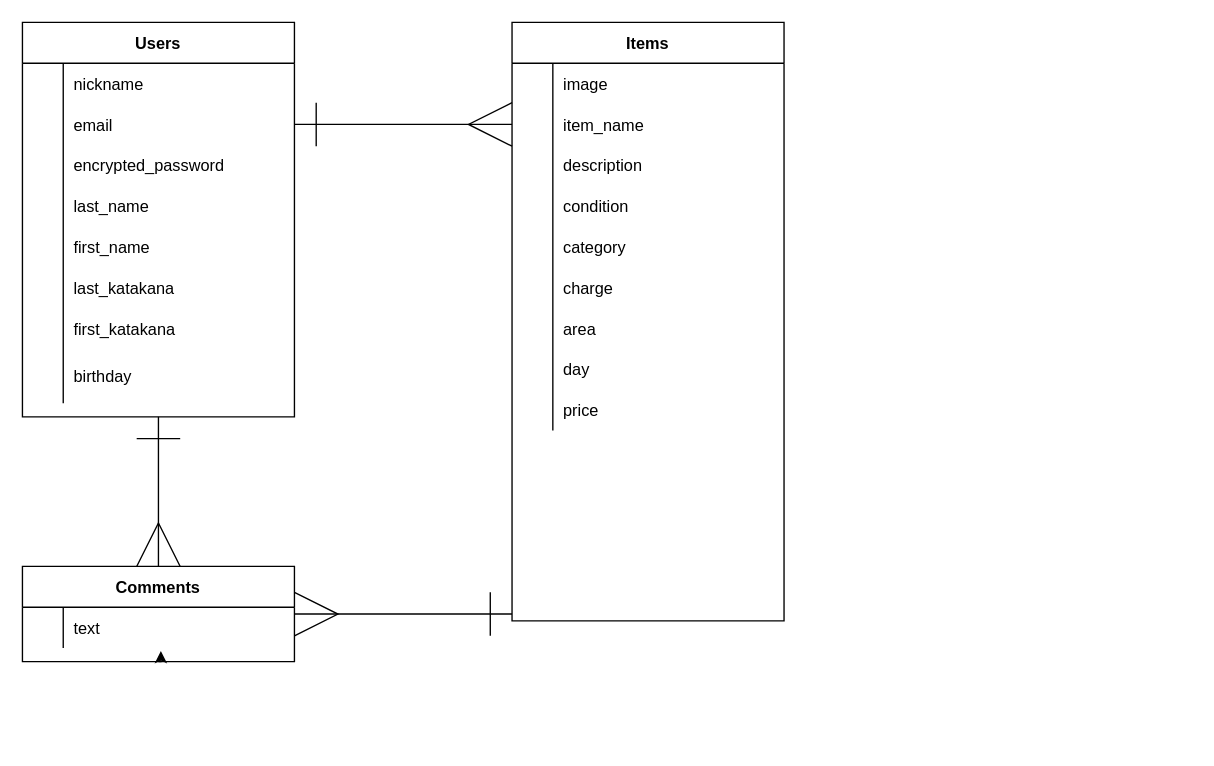
KUMA-06/furima-36109 keeps this draw.io diagram as furima.dio. Above is the earlier version. Source tidied: cells renumbered, new cells numbered last; positions are measured from the earlier drawing's top-left corner, leaving out a move shared by most shapes. Both pictures are drawn from the tidied source at 136%, with x=0, y=0 at pixel (22, 22).
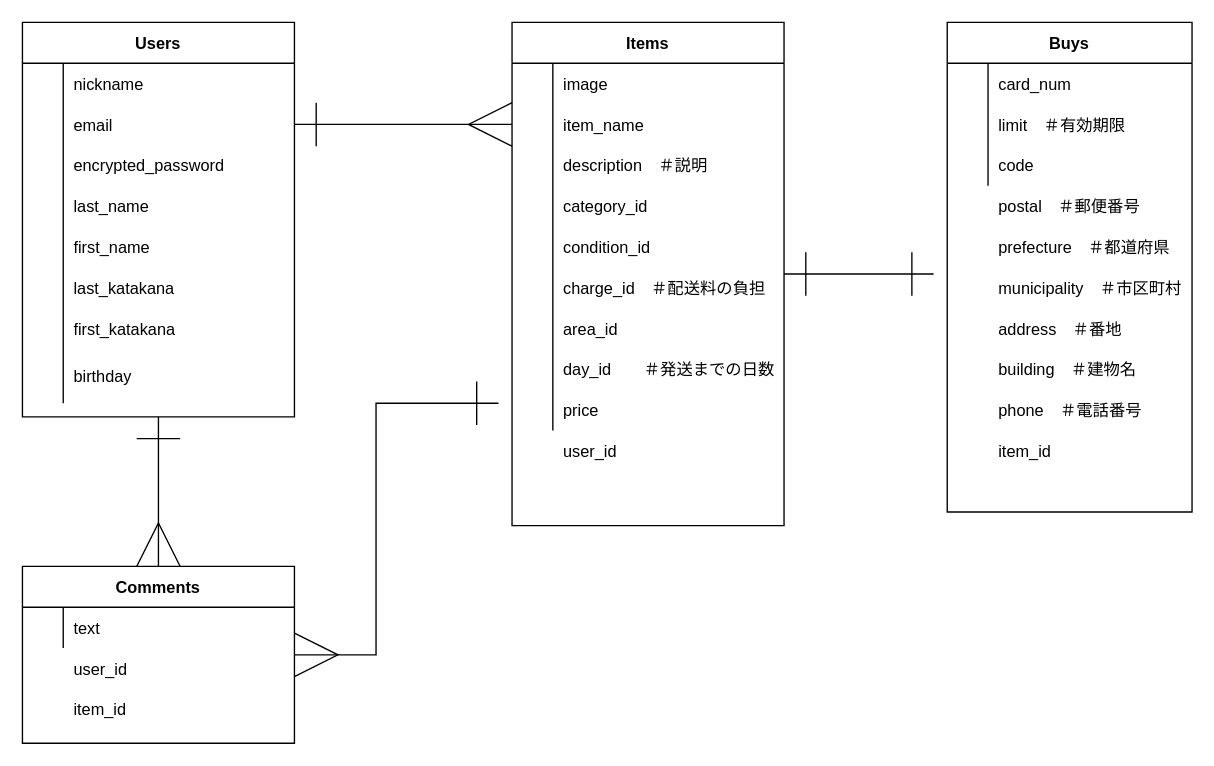
The same page after the edit.

Unchanged cells that the change refers to:
```xml
<mxCell id="35" style="shape=partialRectangle;fillColor=none;top=0;left=0;bottom=0;right=0;" parent="28" vertex="1">
  <mxGeometry y="90" width="200" height="30" as="geometry" />
</mxCell>
<mxCell id="44" style="shape=partialRectangle;fillColor=none;top=0;left=0;bottom=0;right=0;" parent="28" vertex="1">
  <mxGeometry y="180" width="200" height="30" as="geometry" />
</mxCell>
<mxCell id="47" style="shape=partialRectangle;fillColor=none;top=0;left=0;bottom=0;right=0;" parent="28" vertex="1">
  <mxGeometry y="210" width="200" height="30" as="geometry" />
</mxCell>
<mxCell id="50" style="shape=partialRectangle;fillColor=none;top=0;left=0;bottom=0;right=0;" parent="28" vertex="1">
  <mxGeometry y="240" width="200" height="30" as="geometry" />
</mxCell>
<mxCell id="58" style="shape=partialRectangle;fillColor=none;top=0;left=0;bottom=0;right=0;points=[[0,0.5],[1,0.5]];portConstraint=eastwest;" parent="57" vertex="1">
  <mxGeometry y="30" width="200" height="30" as="geometry" />
</mxCell>
```

Diff of the diagram source:
```diff
@@
+    <mxCell id="63" style="edgeStyle=orthogonalEdgeStyle;rounded=0;jettySize=auto;html=1;endSize=30;startSize=30;startArrow=ERone;startFill=0;endArrow=ERone;endFill=0;" parent="1" edge="1" source="28">
+      <mxGeometry relative="1" as="geometry">
+        <mxPoint x="670" y="185" as="targetPoint" />
+      </mxGeometry>
+    </mxCell>
     <mxCell id="28" value="Items" style="shape=table;startSize=30;childLayout=tableLayout;rowLines=0;fontStyle=1;align=center;" parent="1" vertex="1">
-      <mxGeometry x="360" width="200" height="440" as="geometry" />
+      <mxGeometry x="360" width="200" height="370" as="geometry" />
     </mxCell>
@@
-    <mxCell id="37" value="description" style="shape=partialRectangle;fillColor=none;top=0;left=0;bottom=0;right=0;align=left;spacingLeft=6;overflow=hidden;" parent="35" vertex="1">
+    <mxCell id="37" value="description　＃説明" style="shape=partialRectangle;fillColor=none;top=0;left=0;bottom=0;right=0;align=left;spacingLeft=6;overflow=hidden;" parent="35" vertex="1">
       <mxGeometry x="30" width="170" height="30" as="geometry" />
     </mxCell>
+    <mxCell id="41" style="shape=partialRectangle;fillColor=none;top=0;left=0;bottom=0;right=0;" parent="28" vertex="1">
+      <mxGeometry y="120" width="200" height="30" as="geometry" />
+    </mxCell>
+    <mxCell id="42" style="shape=partialRectangle;fillColor=none;top=0;left=0;bottom=0;right=0;overflow=hidden;" parent="41" vertex="1">
+      <mxGeometry width="30" height="30" as="geometry" />
+    </mxCell>
+    <mxCell id="43" value="category_id" style="shape=partialRectangle;fillColor=none;top=0;left=0;bottom=0;right=0;align=left;spacingLeft=6;overflow=hidden;" parent="41" vertex="1">
+      <mxGeometry x="30" width="170" height="30" as="geometry" />
+    </mxCell>
     <mxCell id="38" style="shape=partialRectangle;fillColor=none;top=0;left=0;bottom=0;right=0;" parent="28" vertex="1">
-      <mxGeometry y="120" width="200" height="30" as="geometry" />
+      <mxGeometry y="150" width="200" height="30" as="geometry" />
     </mxCell>
@@
-    <mxCell id="40" value="condition" style="shape=partialRectangle;fillColor=none;top=0;left=0;bottom=0;right=0;align=left;spacingLeft=6;overflow=hidden;" parent="38" vertex="1">
+    <mxCell id="40" value="condition_id" style="shape=partialRectangle;fillColor=none;top=0;left=0;bottom=0;right=0;align=left;spacingLeft=6;overflow=hidden;" parent="38" vertex="1">
       <mxGeometry x="30" width="170" height="30" as="geometry" />
     </mxCell>
-    <mxCell id="41" style="shape=partialRectangle;fillColor=none;top=0;left=0;bottom=0;right=0;" parent="28" vertex="1">
-      <mxGeometry y="150" width="200" height="30" as="geometry" />
-    </mxCell>
-    <mxCell id="42" style="shape=partialRectangle;fillColor=none;top=0;left=0;bottom=0;right=0;overflow=hidden;" parent="41" vertex="1">
-      <mxGeometry width="30" height="30" as="geometry" />
-    </mxCell>
-    <mxCell id="43" value="category" style="shape=partialRectangle;fillColor=none;top=0;left=0;bottom=0;right=0;align=left;spacingLeft=6;overflow=hidden;" parent="41" vertex="1">
-      <mxGeometry x="30" width="170" height="30" as="geometry" />
-    </mxCell>
@@
-    <mxCell id="46" value="charge" style="shape=partialRectangle;fillColor=none;top=0;left=0;bottom=0;right=0;align=left;spacingLeft=6;overflow=hidden;" parent="44" vertex="1">
+    <mxCell id="46" value="charge_id　＃配送料の負担" style="shape=partialRectangle;fillColor=none;top=0;left=0;bottom=0;right=0;align=left;spacingLeft=6;overflow=hidden;" parent="44" vertex="1">
       <mxGeometry x="30" width="170" height="30" as="geometry" />
     </mxCell>
@@
-    <mxCell id="49" value="area" style="shape=partialRectangle;fillColor=none;top=0;left=0;bottom=0;right=0;align=left;spacingLeft=6;overflow=hidden;" parent="47" vertex="1">
+    <mxCell id="49" value="area_id" style="shape=partialRectangle;fillColor=none;top=0;left=0;bottom=0;right=0;align=left;spacingLeft=6;overflow=hidden;" parent="47" vertex="1">
       <mxGeometry x="30" width="170" height="30" as="geometry" />
     </mxCell>
@@
-    <mxCell id="52" value="day" style="shape=partialRectangle;fillColor=none;top=0;left=0;bottom=0;right=0;align=left;spacingLeft=6;overflow=hidden;" parent="50" vertex="1">
+    <mxCell id="52" value="day_id　　＃発送までの日数" style="shape=partialRectangle;fillColor=none;top=0;left=0;bottom=0;right=0;align=left;spacingLeft=6;overflow=hidden;" parent="50" vertex="1">
       <mxGeometry x="30" width="170" height="30" as="geometry" />
     </mxCell>
@@
     <mxCell id="56" style="edgeStyle=orthogonalEdgeStyle;rounded=0;jettySize=auto;html=1;startArrow=ERmany;startFill=0;endArrow=ERone;endFill=0;startSize=30;endSize=30;sourcePerimeterSpacing=0;" parent="1" edge="1" source="57">
       <mxGeometry relative="1" as="geometry">
-        <mxPoint x="360" y="435" as="targetPoint" />
+        <mxPoint x="350" y="280" as="targetPoint" />
+        <Array as="points">
+          <mxPoint x="260" y="465" />
+          <mxPoint x="260" y="280" />
+        </Array>
       </mxGeometry>
     </mxCell>
     <mxCell id="57" value="Comments" style="shape=table;startSize=30;childLayout=tableLayout;rowLines=0;fontStyle=1;align=center;" parent="1" vertex="1">
-      <mxGeometry y="400" width="200" height="70" as="geometry" />
+      <mxGeometry y="400" width="200" height="130" as="geometry" />
     </mxCell>
@@
-    <mxCell id="61" style="edgeStyle=orthogonalEdgeStyle;rounded=0;jettySize=auto;html=1;exitX=0.5;exitY=1;exitDx=0;exitDy=0;entryX=0.509;entryY=1.073;entryDx=0;entryDy=0;entryPerimeter=0;" parent="57" edge="1" source="57" target="58">
-      <mxGeometry relative="1" as="geometry" />
-    </mxCell>
@@
+    <mxCell id="64" value="user_id" style="shape=partialRectangle;fillColor=none;top=0;left=0;bottom=0;right=0;align=left;spacingLeft=6;overflow=hidden;" parent="1" vertex="1">
+      <mxGeometry x="390" y="300" width="170" height="30" as="geometry" />
+    </mxCell>
+    <mxCell id="65" value="user_id" style="shape=partialRectangle;fillColor=none;top=0;left=0;bottom=0;right=0;align=left;spacingLeft=6;overflow=hidden;" parent="1" vertex="1">
+      <mxGeometry x="30" y="460" width="170" height="30" as="geometry" />
+    </mxCell>
+    <mxCell id="66" value="item_id" style="shape=partialRectangle;fillColor=none;top=0;left=0;bottom=0;right=0;align=left;spacingLeft=6;overflow=hidden;" parent="1" vertex="1">
+      <mxGeometry x="30" y="490" width="170" height="30" as="geometry" />
+    </mxCell>
+    <mxCell id="67" value="Buys" style="shape=table;startSize=30;childLayout=tableLayout;rowLines=0;fontStyle=1;align=center;" parent="1" vertex="1">
+      <mxGeometry x="680" width="180" height="360" as="geometry" />
+    </mxCell>
+    <mxCell id="68" style="shape=partialRectangle;fillColor=none;top=0;left=0;bottom=0;right=0;" parent="67" vertex="1">
+      <mxGeometry y="30" width="180" height="30" as="geometry" />
+    </mxCell>
+    <mxCell id="69" style="shape=partialRectangle;fillColor=none;top=0;left=0;bottom=0;right=0;overflow=hidden;" parent="68" vertex="1">
+      <mxGeometry width="30" height="30" as="geometry" />
+    </mxCell>
+    <mxCell id="70" value="card_num" style="shape=partialRectangle;fillColor=none;top=0;left=0;bottom=0;right=0;align=left;spacingLeft=6;overflow=hidden;" parent="68" vertex="1">
+      <mxGeometry x="30" width="150" height="30" as="geometry" />
+    </mxCell>
+    <mxCell id="71" style="shape=partialRectangle;fillColor=none;top=0;left=0;bottom=0;right=0;" parent="67" vertex="1">
+      <mxGeometry y="60" width="180" height="30" as="geometry" />
+    </mxCell>
+    <mxCell id="72" style="shape=partialRectangle;fillColor=none;top=0;left=0;bottom=0;right=0;overflow=hidden;" parent="71" vertex="1">
+      <mxGeometry width="30" height="30" as="geometry" />
+    </mxCell>
+    <mxCell id="73" value="limit　＃有効期限" style="shape=partialRectangle;fillColor=none;top=0;left=0;bottom=0;right=0;align=left;spacingLeft=6;overflow=hidden;" parent="71" vertex="1">
+      <mxGeometry x="30" width="150" height="30" as="geometry" />
+    </mxCell>
+    <mxCell id="74" style="shape=partialRectangle;fillColor=none;top=0;left=0;bottom=0;right=0;" parent="67" vertex="1">
+      <mxGeometry y="90" width="180" height="30" as="geometry" />
+    </mxCell>
+    <mxCell id="75" style="shape=partialRectangle;fillColor=none;top=0;left=0;bottom=0;right=0;overflow=hidden;" parent="74" vertex="1">
+      <mxGeometry width="30" height="30" as="geometry" />
+    </mxCell>
+    <mxCell id="76" value="code" style="shape=partialRectangle;fillColor=none;top=0;left=0;bottom=0;right=0;align=left;spacingLeft=6;overflow=hidden;" parent="74" vertex="1">
+      <mxGeometry x="30" width="150" height="30" as="geometry" />
+    </mxCell>
+    <mxCell id="77" value="postal　＃郵便番号" style="shape=partialRectangle;fillColor=none;top=0;left=0;bottom=0;right=0;align=left;spacingLeft=6;overflow=hidden;" parent="1" vertex="1">
+      <mxGeometry x="710" y="120" width="150" height="30" as="geometry" />
+    </mxCell>
+    <mxCell id="78" value="prefecture　＃都道府県" style="shape=partialRectangle;fillColor=none;top=0;left=0;bottom=0;right=0;align=left;spacingLeft=6;overflow=hidden;" parent="1" vertex="1">
+      <mxGeometry x="710" y="150" width="150" height="30" as="geometry" />
+    </mxCell>
+    <mxCell id="79" value="municipality　＃市区町村" style="shape=partialRectangle;fillColor=none;top=0;left=0;bottom=0;right=0;align=left;spacingLeft=6;overflow=hidden;" parent="1" vertex="1">
+      <mxGeometry x="710" y="180" width="150" height="30" as="geometry" />
+    </mxCell>
+    <mxCell id="80" value="address　＃番地" style="shape=partialRectangle;fillColor=none;top=0;left=0;bottom=0;right=0;align=left;spacingLeft=6;overflow=hidden;" parent="1" vertex="1">
+      <mxGeometry x="710" y="210" width="150" height="30" as="geometry" />
+    </mxCell>
+    <mxCell id="81" value="building　＃建物名" style="shape=partialRectangle;fillColor=none;top=0;left=0;bottom=0;right=0;align=left;spacingLeft=6;overflow=hidden;" parent="1" vertex="1">
+      <mxGeometry x="710" y="240" width="150" height="30" as="geometry" />
+    </mxCell>
+    <mxCell id="82" value="phone　＃電話番号" style="shape=partialRectangle;fillColor=none;top=0;left=0;bottom=0;right=0;align=left;spacingLeft=6;overflow=hidden;" parent="1" vertex="1">
+      <mxGeometry x="710" y="270" width="150" height="30" as="geometry" />
+    </mxCell>
+    <mxCell id="83" value="item_id" style="shape=partialRectangle;fillColor=none;top=0;left=0;bottom=0;right=0;align=left;spacingLeft=6;overflow=hidden;" parent="1" vertex="1">
+      <mxGeometry x="710" y="300" width="150" height="30" as="geometry" />
+    </mxCell>
```
